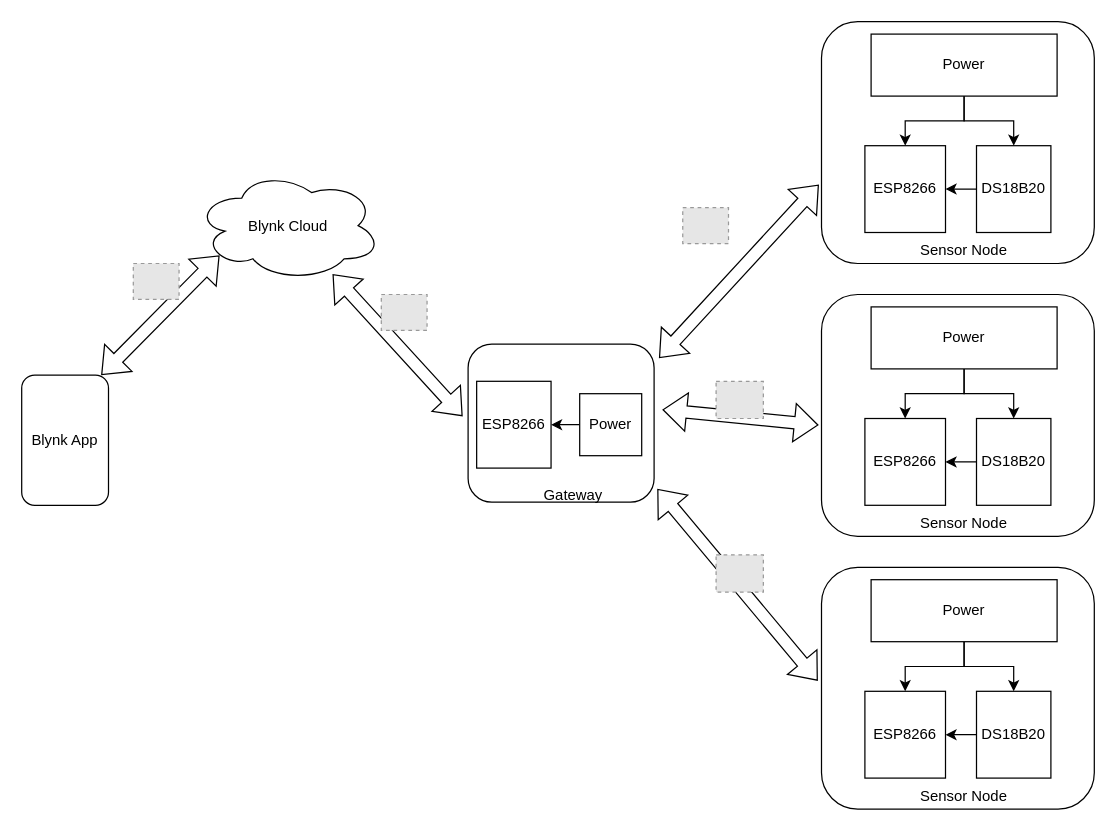
Before: WSN-prj.drawio in anAddictiveLou/symStun, a draw.io diagram. Source tidied: cells renumbered, new cells numbered last; positions are measured from the earlier drawing's top-left corner, leaving out a move shared by most shapes. Both pictures are drawn from the tidied source at 124%, with x=0, y=0 at pixel (21, 21). Pictures stored in the file or linked from it are replaced by grey dashed boxes.
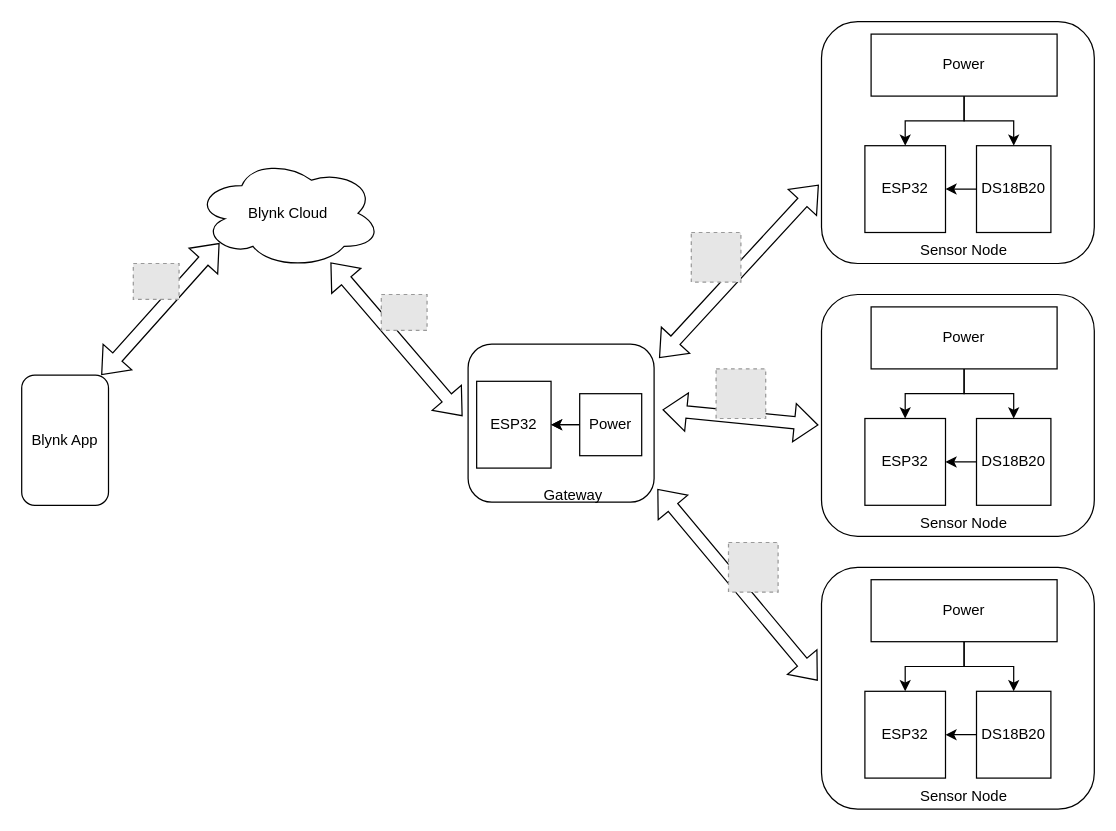
The same diagram, later.

Unchanged cells that the change refers to:
```xml
<mxCell id="35" value="Power" style="rounded=0;whiteSpace=wrap;html=1;" parent="1" vertex="1">
  <mxGeometry x="450" y="300" width="50" height="50" as="geometry" />
</mxCell>
```

Diff of the diagram source:
```diff
@@
-    <mxCell id="3" value="ESP8266" style="rounded=0;whiteSpace=wrap;html=1;" parent="1" vertex="1">
+    <mxCell id="3" value="ESP32" style="rounded=0;whiteSpace=wrap;html=1;" parent="1" vertex="1">
       <mxGeometry x="680" y="100" width="65" height="70" as="geometry" />
     </mxCell>
@@
-    <mxCell id="7" style="fillColor=#E6E6E6;strokeColor=#999999;dashed=1;verticalLabelPosition=bottom;labelBackgroundColor=default;verticalAlign=top;rotation=0;" parent="1" vertex="1">
-      <mxGeometry x="533.1" y="150" width="36.9" height="29" as="geometry" />
-    </mxCell>
-    <mxCell id="8" style="fillColor=#E6E6E6;strokeColor=#999999;dashed=1;verticalLabelPosition=bottom;labelBackgroundColor=default;verticalAlign=top;" parent="1" vertex="1">
-      <mxGeometry x="560" y="290" width="38.1" height="30" as="geometry" />
-    </mxCell>
-    <mxCell id="9" style="fillColor=#E6E6E6;strokeColor=#999999;dashed=1;verticalLabelPosition=bottom;labelBackgroundColor=default;verticalAlign=top;" parent="1" vertex="1">
-      <mxGeometry x="560" y="430" width="38.1" height="30" as="geometry" />
-    </mxCell>
@@
     <mxCell id="11" value="Blynk Cloud" style="ellipse;shape=cloud;whiteSpace=wrap;html=1;" parent="1" vertex="1">
-      <mxGeometry x="140" y="120" width="150" height="89" as="geometry" />
+      <mxGeometry x="140" y="110" width="150" height="89" as="geometry" />
     </mxCell>
@@
-    <mxCell id="19" value="ESP8266" style="rounded=0;whiteSpace=wrap;html=1;" parent="1" vertex="1">
+    <mxCell id="19" value="ESP32" style="rounded=0;whiteSpace=wrap;html=1;" parent="1" vertex="1">
       <mxGeometry x="680" y="320" width="65" height="70" as="geometry" />
     </mxCell>
@@
-    <mxCell id="26" value="ESP8266" style="rounded=0;whiteSpace=wrap;html=1;" parent="1" vertex="1">
+    <mxCell id="26" value="ESP32" style="rounded=0;whiteSpace=wrap;html=1;" parent="1" vertex="1">
       <mxGeometry x="680" y="540" width="65" height="70" as="geometry" />
     </mxCell>
@@
-    <mxCell id="33" value="ESP8266" style="rounded=0;whiteSpace=wrap;html=1;" parent="1" vertex="1">
+    <mxCell id="33" value="ESP32" style="rounded=0;whiteSpace=wrap;html=1;" parent="1" vertex="1">
       <mxGeometry x="366.9" y="290" width="60" height="70" as="geometry" />
     </mxCell>
@@
+    <mxCell id="39" style="edgeStyle=orthogonalEdgeStyle;rounded=0;jettySize=auto;html=1;" parent="1" edge="1" source="35" target="33">
+      <mxGeometry relative="1" as="geometry" />
+    </mxCell>
@@
+    <mxCell id="40" style="fillColor=#E6E6E6;strokeColor=#999999;dashed=1;verticalLabelPosition=bottom;labelBackgroundColor=default;verticalAlign=top;" parent="1" vertex="1">
+      <mxGeometry x="540" y="170" width="40" height="40" as="geometry" />
+    </mxCell>
+    <mxCell id="41" style="fillColor=#E6E6E6;strokeColor=#999999;dashed=1;verticalLabelPosition=bottom;labelBackgroundColor=default;verticalAlign=top;" parent="1" vertex="1">
+      <mxGeometry x="560" y="280" width="40" height="40" as="geometry" />
+    </mxCell>
+    <mxCell id="42" style="fillColor=#E6E6E6;strokeColor=#999999;dashed=1;verticalLabelPosition=bottom;labelBackgroundColor=default;verticalAlign=top;" parent="1" vertex="1">
+      <mxGeometry x="570" y="420" width="40" height="40" as="geometry" />
+    </mxCell>
```
